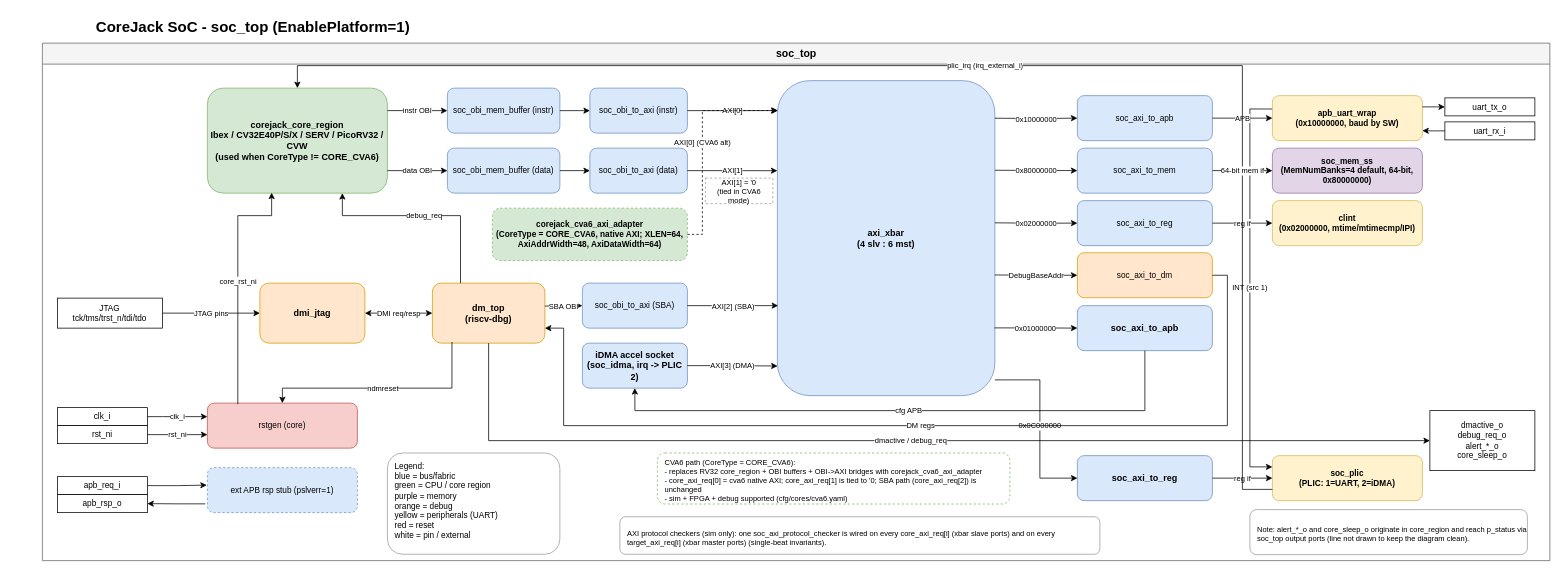
Above: page "SoC Top-Level" (1 of 8) of docs/media/corejack_soc.drawio in patrickerich/corejack (draw.io), before the change. Source tidied: cells renumbered, new cells numbered last; positions are measured from the earlier drawing's top-left corner, leaving out a move shared by most shapes. Both pictures are drawn from the tidied source at 75%, with x=0, y=0 at pixel (13, 13).
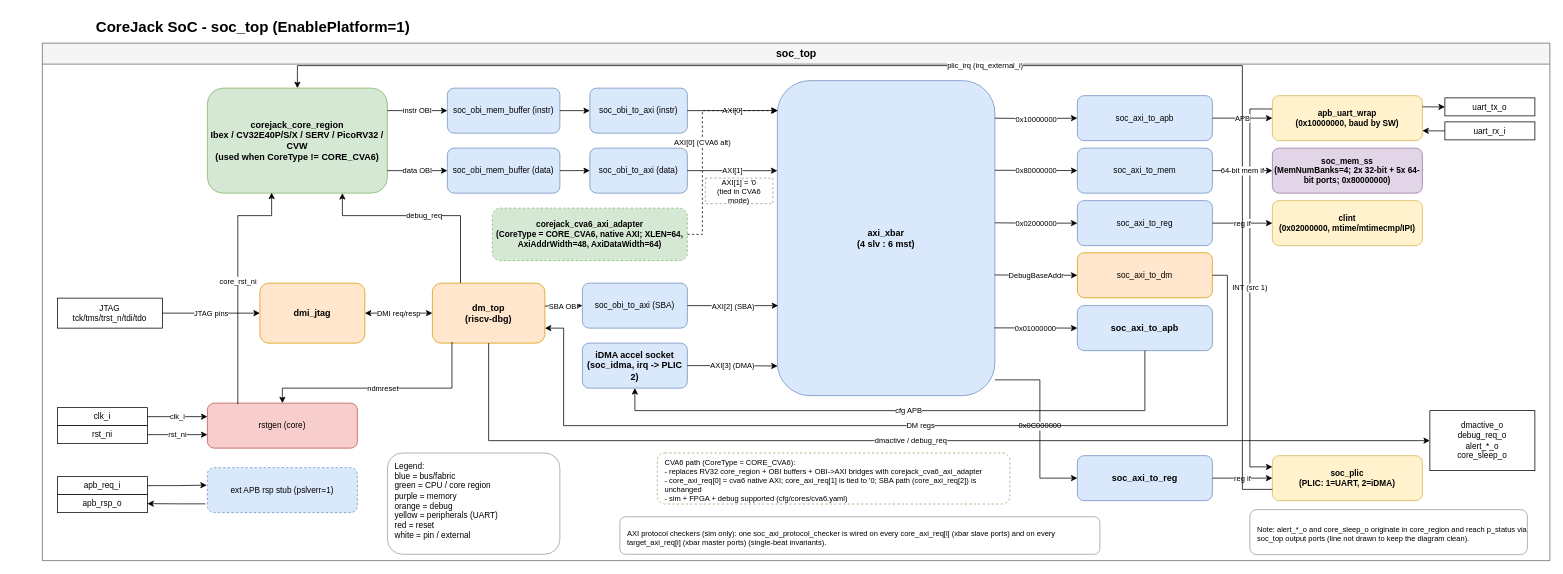
The same page after the edit.

The change refers to these unchanged cells:
```xml
<mxCell id="3" value="soc_top" style="swimlane;fontSize=14;fontStyle=1;html=1;startSize=28;fillColor=#F5F5F5;strokeColor=#666666;swimlaneFillColor=#FFFFFF;" parent="1" vertex="1">
  <mxGeometry x="39" y="40" width="2010" height="690" as="geometry" />
</mxCell>
```

Diff of the diagram source:
```diff
@@
-    <mxCell id="74" value="soc_mem_ss&#10;(MemNumBanks=4 default, 64-bit, 0x80000000)" style="rounded=1;whiteSpace=wrap;html=1;fillColor=#e1d5e7;strokeColor=#9673a6;fontSize=11;fontStyle=1;verticalAlign=middle;" parent="3" vertex="1">
+    <mxCell id="74" value="soc_mem_ss&#10;(MemNumBanks=4; 2x 32-bit + 5x 64-bit ports; 0x80000000)" style="rounded=1;whiteSpace=wrap;html=1;fillColor=#e1d5e7;strokeColor=#9673a6;fontSize=11;fontStyle=1;verticalAlign=middle;" parent="3" vertex="1">
       <mxGeometry x="1640" y="140" width="200" height="60" as="geometry" />
     </mxCell>
```
